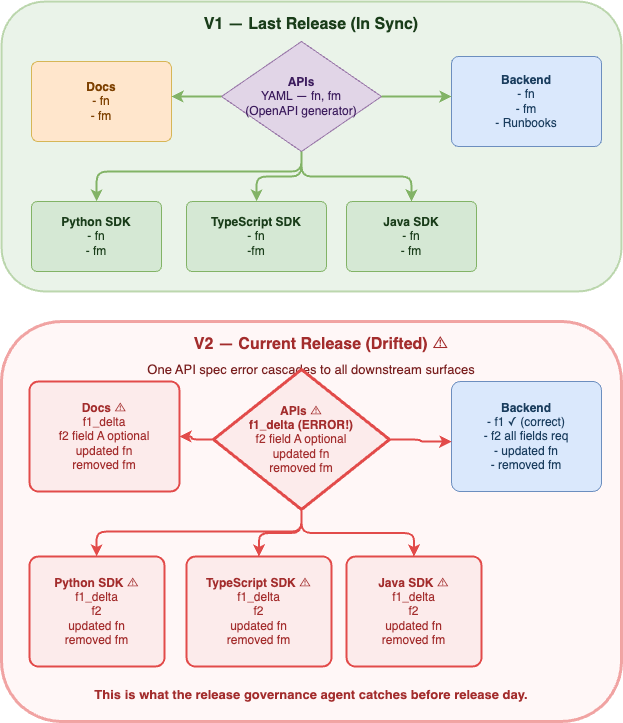
This is problem.png from rajt2017/meridian-release-agent, a draw.io export, as it was before one commit. Source tidied: cells renumbered, new cells last; positions are measured from the earlier drawing's top-left corner, leaving out a move shared by most shapes.
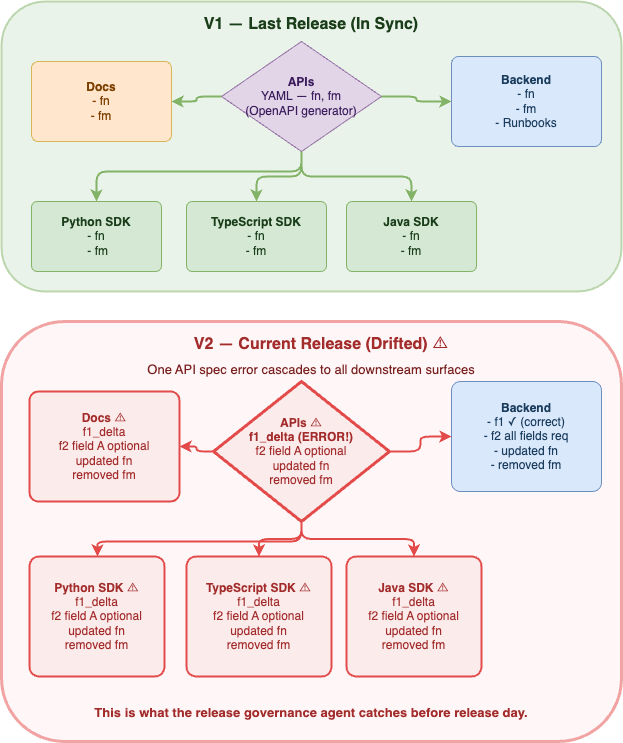
After the change.

Commit message:
Fix SDK boxes in problem diagram — f2 field A optional consistent across all surfaces

What changed in the source:
```diff
@@ -17,30 +17,20 @@
     <mxCell id="6" value="&lt;b&gt;Docs&lt;/b&gt;&lt;br&gt;- fn&lt;br&gt;- fm" style="rounded=1;whiteSpace=wrap;html=1;fillColor=#ffe6cc;strokeColor=#d6b656;fontSize=12;arcSize=8;fontColor=#7d4000;" parent="1" vertex="1">
       <mxGeometry x="30" y="60" width="140" height="80" as="geometry" />
     </mxCell>
-    <mxCell id="7" value="&lt;b&gt;Python SDK&lt;/b&gt;&lt;br&gt;- fn&lt;br&gt;- fm" style="rounded=1;whiteSpace=wrap;html=1;fillColor=#d5e8d4;strokeColor=#82b366;fontSize=12;arcSize=8;fontColor=#1a3d1a;" parent="1" vertex="1">
+    <mxCell id="7" value="&lt;b&gt;Python SDK&lt;/b&gt;&lt;br&gt;- fn&lt;br&gt;&amp;nbsp;- fm" style="rounded=1;whiteSpace=wrap;html=1;fillColor=#d5e8d4;strokeColor=#82b366;fontSize=12;arcSize=8;fontColor=#1a3d1a;" parent="1" vertex="1">
       <mxGeometry x="30" y="200" width="130" height="70" as="geometry" />
     </mxCell>
-    <mxCell id="8" value="&lt;b&gt;TypeScript SDK&lt;/b&gt;&lt;br&gt;- fn&lt;br&gt;-fm" style="rounded=1;whiteSpace=wrap;html=1;fillColor=#d5e8d4;strokeColor=#82b366;fontSize=12;arcSize=8;fontColor=#1a3d1a;" parent="1" vertex="1">
+    <mxCell id="8" value="&lt;b&gt;TypeScript SDK&lt;/b&gt;&lt;br&gt;- fn&lt;br&gt;- fm" style="rounded=1;whiteSpace=wrap;html=1;fillColor=#d5e8d4;strokeColor=#82b366;fontSize=12;arcSize=8;fontColor=#1a3d1a;" parent="1" vertex="1">
       <mxGeometry x="185" y="200" width="140" height="70" as="geometry" />
     </mxCell>
-    <mxCell id="9" value="&lt;b&gt;Java SDK&lt;/b&gt;&lt;br&gt;- fn &lt;br&gt;- fm" style="rounded=1;whiteSpace=wrap;html=1;fillColor=#d5e8d4;strokeColor=#82b366;fontSize=12;arcSize=8;fontColor=#1a3d1a;" parent="1" vertex="1">
+    <mxCell id="9" value="&lt;b&gt;Java SDK&lt;/b&gt;&lt;br&gt;- fn&lt;br&gt;- fm" style="rounded=1;whiteSpace=wrap;html=1;fillColor=#d5e8d4;strokeColor=#82b366;fontSize=12;arcSize=8;fontColor=#1a3d1a;" parent="1" vertex="1">
       <mxGeometry x="345" y="200" width="130" height="70" as="geometry" />
     </mxCell>
     <mxCell id="10" style="edgeStyle=orthogonalEdgeStyle;strokeColor=#82b366;strokeWidth=2;" parent="1" edge="1" source="5" target="4">
-      <mxGeometry relative="1" as="geometry">
-        <Array as="points">
-          <mxPoint x="440" y="95" />
-          <mxPoint x="440" y="95" />
-        </Array>
-      </mxGeometry>
+      <mxGeometry relative="1" as="geometry" />
     </mxCell>
     <mxCell id="11" style="edgeStyle=orthogonalEdgeStyle;strokeColor=#82b366;strokeWidth=2;" parent="1" edge="1" source="5" target="6">
-      <mxGeometry relative="1" as="geometry">
-        <Array as="points">
-          <mxPoint x="180" y="95" />
-          <mxPoint x="180" y="95" />
-        </Array>
-      </mxGeometry>
+      <mxGeometry relative="1" as="geometry" />
     </mxCell>
     <mxCell id="12" style="edgeStyle=orthogonalEdgeStyle;strokeColor=#82b366;strokeWidth=2;" parent="1" edge="1" source="5" target="7">
       <mxGeometry relative="1" as="geometry">
@@ -57,7 +47,7 @@
       <mxGeometry relative="1" as="geometry" />
     </mxCell>
     <mxCell id="15" style="rounded=1;whiteSpace=wrap;html=1;fillColor=#fff0f0;strokeColor=#E24B4A;strokeWidth=3;opacity=50;" parent="1" vertex="1">
-      <mxGeometry y="320" width="620" height="400" as="geometry" />
+      <mxGeometry y="320" width="620" height="420" as="geometry" />
     </mxCell>
     <mxCell id="16" value="&lt;b&gt;&lt;font color=&quot;#A32D2D&quot;&gt;V2 — Current Release (Drifted) ⚠&lt;/font&gt;&lt;/b&gt;" style="text;html=1;strokeColor=none;fillColor=none;align=center;verticalAlign=middle;whiteSpace=wrap;rounded=0;fontSize=16;" parent="1" vertex="1">
       <mxGeometry x="140" y="328" width="360" height="30" as="geometry" />
@@ -69,41 +59,31 @@
       <mxGeometry x="450" y="380" width="150" height="110" as="geometry" />
     </mxCell>
     <mxCell id="19" value="&lt;b&gt;&lt;font color=&quot;#A32D2D&quot;&gt;APIs ⚠&lt;/font&gt;&lt;/b&gt;&lt;br&gt;&lt;font color=&quot;#A32D2D&quot;&gt;&lt;b&gt;f1_delta (ERROR!)&lt;br&gt;&lt;/b&gt;f2 field A optional&lt;br&gt;updated fn&lt;br&gt;removed fm&lt;/font&gt;" style="rhombus;whiteSpace=wrap;html=1;fillColor=#FCEBEB;strokeColor=#E24B4A;fontSize=12;strokeWidth=3;" parent="1" vertex="1">
-      <mxGeometry x="212" y="368" width="176" height="140" as="geometry" />
+      <mxGeometry x="212" y="380" width="176" height="140" as="geometry" />
     </mxCell>
     <mxCell id="20" value="&lt;b&gt;&lt;font color=&quot;#A32D2D&quot;&gt;Docs ⚠&lt;/font&gt;&lt;/b&gt;&lt;br&gt;&lt;font color=&quot;#A32D2D&quot;&gt;f1_delta&lt;br&gt;f2 field A optional&lt;br&gt;updated fn&lt;br&gt;removed fm&lt;/font&gt;" style="rounded=1;whiteSpace=wrap;html=1;fillColor=#FCEBEB;strokeColor=#E24B4A;fontSize=12;arcSize=8;strokeWidth=2;" parent="1" vertex="1">
-      <mxGeometry x="28" y="380" width="150" height="110" as="geometry" />
+      <mxGeometry x="28" y="390" width="150" height="110" as="geometry" />
     </mxCell>
-    <mxCell id="21" value="&lt;b&gt;&lt;font color=&quot;#A32D2D&quot;&gt;Python SDK ⚠&lt;/font&gt;&lt;/b&gt;&lt;br&gt;&lt;font color=&quot;#A32D2D&quot;&gt;f1_delta&lt;br&gt;f2&lt;br&gt;updated fn&lt;br&gt;removed fm&lt;/font&gt;" style="rounded=1;whiteSpace=wrap;html=1;fillColor=#FCEBEB;strokeColor=#E24B4A;fontSize=12;arcSize=8;strokeWidth=2;" parent="1" vertex="1">
-      <mxGeometry x="28" y="555" width="135" height="110" as="geometry" />
+    <mxCell id="21" value="&lt;b&gt;&lt;font color=&quot;#A32D2D&quot;&gt;Python SDK ⚠&lt;/font&gt;&lt;/b&gt;&lt;br&gt;&lt;font color=&quot;#A32D2D&quot;&gt;f1_delta&lt;br&gt;f2 field A optional&lt;br&gt;updated fn&lt;br&gt;removed fm&lt;/font&gt;" style="rounded=1;whiteSpace=wrap;html=1;fillColor=#FCEBEB;strokeColor=#E24B4A;fontSize=12;arcSize=8;strokeWidth=2;" parent="1" vertex="1">
+      <mxGeometry x="28" y="555" width="135" height="120" as="geometry" />
     </mxCell>
-    <mxCell id="22" value="&lt;b&gt;&lt;font color=&quot;#A32D2D&quot;&gt;TypeScript SDK ⚠&lt;/font&gt;&lt;/b&gt;&lt;br&gt;&lt;font color=&quot;#A32D2D&quot;&gt;f1_delta&lt;br&gt;f2&lt;br&gt;updated fn&lt;br&gt;removed fm&lt;/font&gt;" style="rounded=1;whiteSpace=wrap;html=1;fillColor=#FCEBEB;strokeColor=#E24B4A;fontSize=12;arcSize=8;strokeWidth=2;" parent="1" vertex="1">
-      <mxGeometry x="185" y="555" width="145" height="110" as="geometry" />
+    <mxCell id="22" value="&lt;b&gt;&lt;font color=&quot;#A32D2D&quot;&gt;TypeScript SDK ⚠&lt;/font&gt;&lt;/b&gt;&lt;br&gt;&lt;font color=&quot;#A32D2D&quot;&gt;f1_delta&lt;br&gt;f2 field A optional&lt;br&gt;updated fn&lt;br&gt;removed fm&lt;/font&gt;" style="rounded=1;whiteSpace=wrap;html=1;fillColor=#FCEBEB;strokeColor=#E24B4A;fontSize=12;arcSize=8;strokeWidth=2;" parent="1" vertex="1">
+      <mxGeometry x="185" y="555" width="145" height="120" as="geometry" />
     </mxCell>
-    <mxCell id="23" value="&lt;b&gt;&lt;font color=&quot;#A32D2D&quot;&gt;Java SDK ⚠&lt;/font&gt;&lt;/b&gt;&lt;br&gt;&lt;font color=&quot;#A32D2D&quot;&gt;f1_delta&lt;br&gt;f2&lt;br&gt;updated fn&lt;br&gt;removed fm&lt;/font&gt;" style="rounded=1;whiteSpace=wrap;html=1;fillColor=#FCEBEB;strokeColor=#E24B4A;fontSize=12;arcSize=8;strokeWidth=2;" parent="1" vertex="1">
-      <mxGeometry x="345" y="555" width="135" height="110" as="geometry" />
+    <mxCell id="23" value="&lt;b&gt;&lt;font color=&quot;#A32D2D&quot;&gt;Java SDK ⚠&lt;/font&gt;&lt;/b&gt;&lt;br&gt;&lt;font color=&quot;#A32D2D&quot;&gt;f1_delta&lt;br&gt;f2 field A optional&lt;br&gt;updated fn&lt;br&gt;removed fm&lt;/font&gt;" style="rounded=1;whiteSpace=wrap;html=1;fillColor=#FCEBEB;strokeColor=#E24B4A;fontSize=12;arcSize=8;strokeWidth=2;" parent="1" vertex="1">
+      <mxGeometry x="345" y="555" width="135" height="120" as="geometry" />
     </mxCell>
     <mxCell id="24" style="edgeStyle=orthogonalEdgeStyle;strokeColor=#E24B4A;strokeWidth=2;" parent="1" edge="1" source="19" target="18">
-      <mxGeometry relative="1" as="geometry">
-        <Array as="points">
-          <mxPoint x="419" y="438" />
-          <mxPoint x="419" y="440" />
-        </Array>
-      </mxGeometry>
+      <mxGeometry relative="1" as="geometry" />
     </mxCell>
     <mxCell id="25" style="edgeStyle=orthogonalEdgeStyle;strokeColor=#E24B4A;strokeWidth=2;" parent="1" edge="1" source="19" target="20">
-      <mxGeometry relative="1" as="geometry">
-        <Array as="points">
-          <mxPoint x="190" y="438" />
-          <mxPoint x="190" y="435" />
-        </Array>
-      </mxGeometry>
+      <mxGeometry relative="1" as="geometry" />
     </mxCell>
     <mxCell id="26" style="edgeStyle=orthogonalEdgeStyle;strokeColor=#E24B4A;strokeWidth=2;" parent="1" edge="1" source="19" target="21">
       <mxGeometry relative="1" as="geometry">
         <Array as="points">
-          <mxPoint x="300" y="530" />
-          <mxPoint x="95" y="530" />
+          <mxPoint x="300" y="540" />
+          <mxPoint x="96" y="540" />
         </Array>
       </mxGeometry>
     </mxCell>
@@ -114,7 +94,7 @@
       <mxGeometry relative="1" as="geometry" />
     </mxCell>
     <mxCell id="29" value="&lt;font color=&quot;#A32D2D&quot;&gt;&lt;b&gt;This is what the release governance agent catches before release day.&lt;/b&gt;&lt;/font&gt;" style="text;html=1;strokeColor=none;fillColor=none;align=center;verticalAlign=middle;whiteSpace=wrap;rounded=0;fontSize=13;" parent="1" vertex="1">
-      <mxGeometry x="60" y="680" width="500" height="25" as="geometry" />
+      <mxGeometry x="60" y="698" width="500" height="25" as="geometry" />
     </mxCell>
   </root>
 </mxGraphModel>
```
